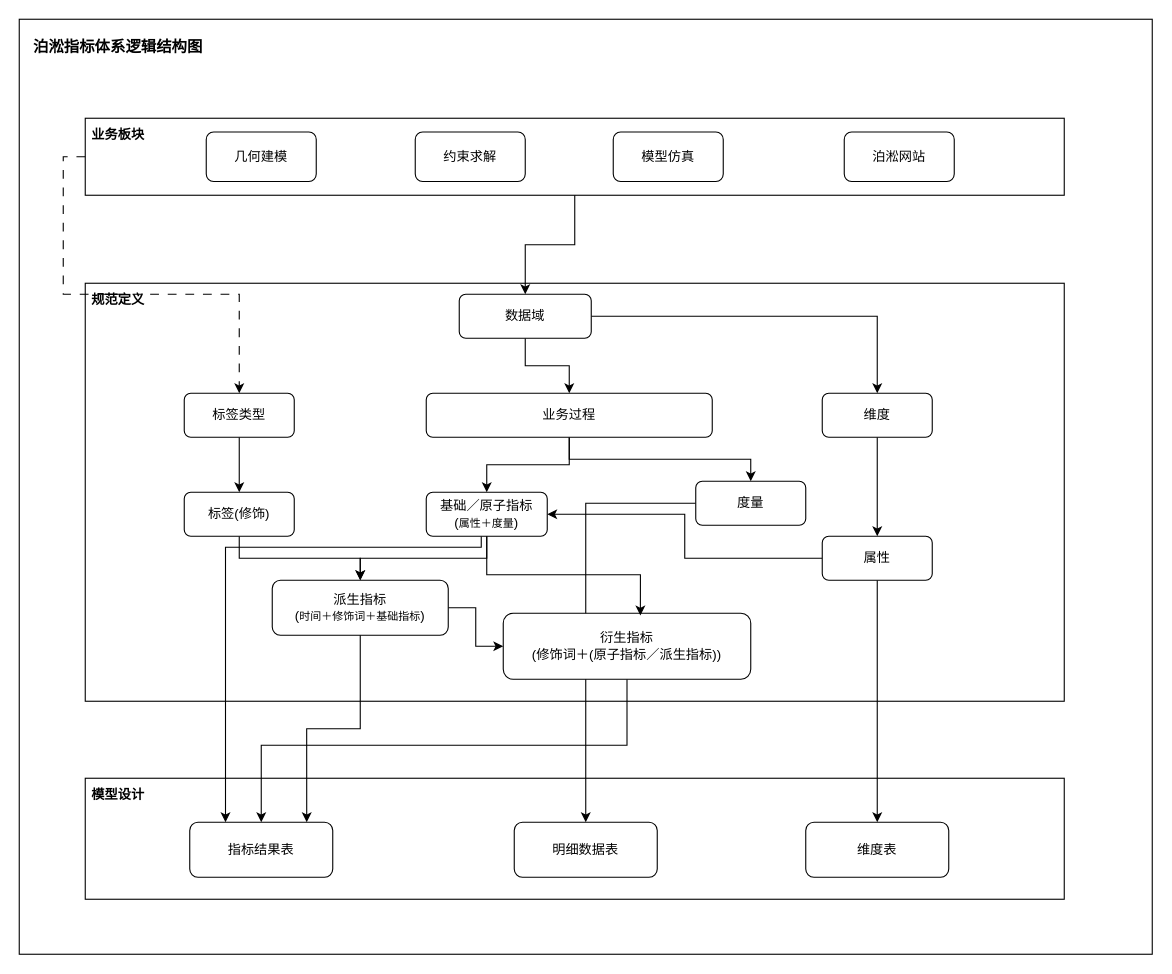
Earlier version of the draw.io diagram 指标体系.drawio (heyuan-sys/testgit). Source tidied: cells renumbered, new cells numbered last; positions are measured from the earlier drawing's top-left corner, leaving out a move shared by most shapes. Both pictures are drawn from the tidied source at 110%, with x=0, y=0 at pixel (19, 19).
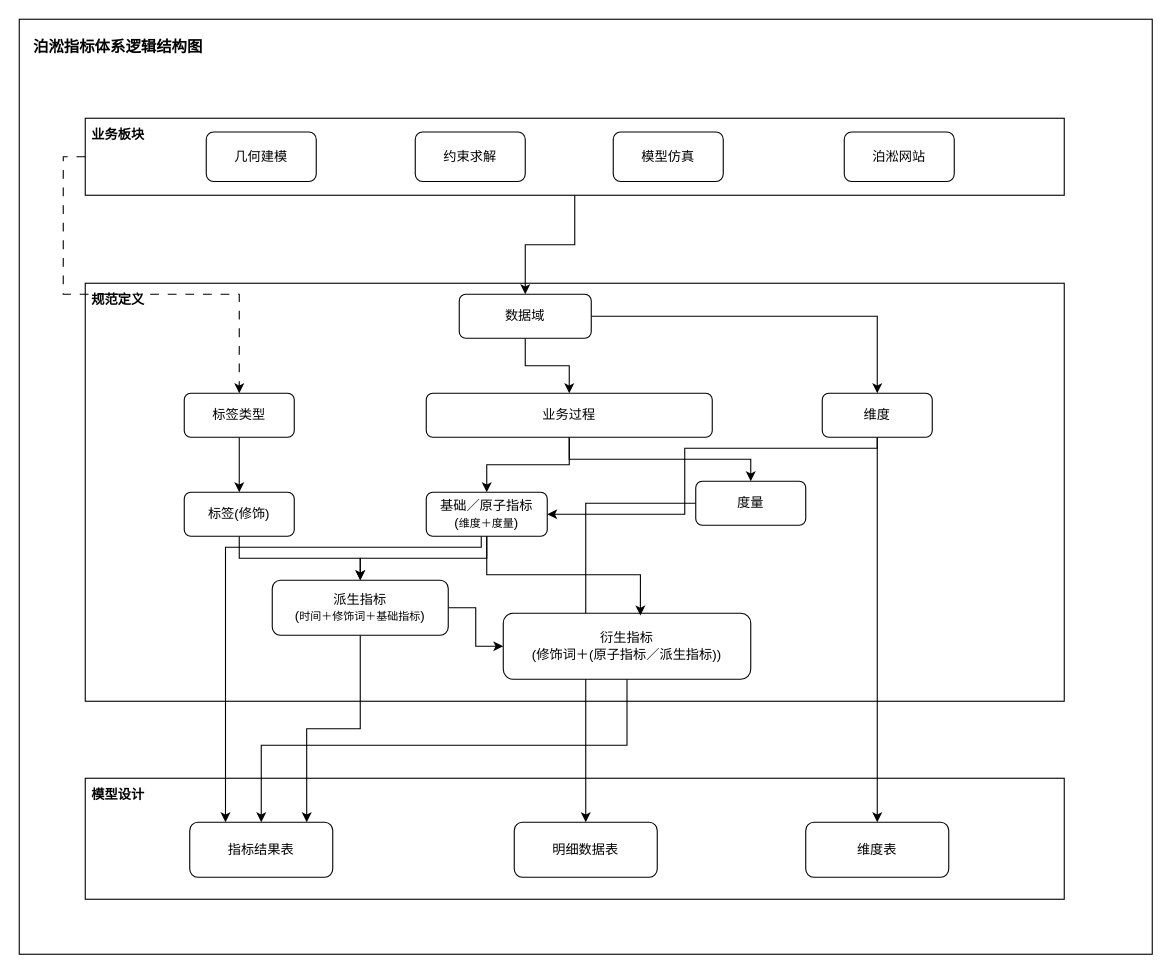
The same page after the edit.

Commit message (it also covers changes not shown here):
更新指标体系.drawio

The change refers to these unchanged cells:
```xml
<mxCell id="22" value="维度" style="rounded=1;whiteSpace=wrap;html=1;" parent="1" vertex="1">
  <mxGeometry x="730" y="340" width="100" height="40" as="geometry" />
</mxCell>
<mxCell id="43" value="维度表" style="rounded=1;whiteSpace=wrap;html=1;" parent="1" vertex="1">
  <mxGeometry x="715" y="730" width="130" height="50" as="geometry" />
</mxCell>
```

The edit, as a diff of the source:
```diff
@@
-    <mxCell id="21" style="edgeStyle=orthogonalEdgeStyle;rounded=0;jettySize=auto;html=1;entryX=0.5;entryY=0;entryDx=0;entryDy=0;" parent="1" edge="1" source="22" target="30">
-      <mxGeometry relative="1" as="geometry" />
-    </mxCell>
+    <mxCell id="45" style="edgeStyle=orthogonalEdgeStyle;rounded=0;jettySize=auto;html=1;entryX=1;entryY=0.5;entryDx=0;entryDy=0;" parent="1" edge="1" source="22" target="25">
+      <mxGeometry relative="1" as="geometry">
+        <Array as="points">
+          <mxPoint x="780" y="390" />
+          <mxPoint x="605" y="390" />
+          <mxPoint x="605" y="450" />
+        </Array>
+      </mxGeometry>
+    </mxCell>
+    <mxCell id="46" style="edgeStyle=orthogonalEdgeStyle;rounded=0;jettySize=auto;html=1;" parent="1" edge="1" source="22" target="43">
+      <mxGeometry relative="1" as="geometry" />
+    </mxCell>
@@
-    <mxCell id="25" value="基础／原子指标&lt;br&gt;(&lt;span style=&quot;font-size: 10px;&quot;&gt;属性＋度量&lt;/span&gt;)" style="rounded=1;whiteSpace=wrap;html=1;" parent="1" vertex="1">
+    <mxCell id="25" value="基础／原子指标&lt;br&gt;(&lt;font style=&quot;font-size: 10px;&quot;&gt;维度&lt;/font&gt;&lt;span style=&quot;font-size: 10px;&quot;&gt;＋度量&lt;/span&gt;)" style="rounded=1;whiteSpace=wrap;html=1;" parent="1" vertex="1">
       <mxGeometry x="370" y="430" width="110" height="40" as="geometry" />
     </mxCell>
@@
-    <mxCell id="28" style="edgeStyle=orthogonalEdgeStyle;rounded=0;jettySize=auto;html=1;" parent="1" edge="1" source="30" target="43">
-      <mxGeometry relative="1" as="geometry" />
-    </mxCell>
-    <mxCell id="29" style="edgeStyle=orthogonalEdgeStyle;rounded=0;jettySize=auto;html=1;entryX=1;entryY=0.5;entryDx=0;entryDy=0;" parent="1" edge="1" source="30" target="25">
-      <mxGeometry relative="1" as="geometry" />
-    </mxCell>
-    <mxCell id="30" value="属性" style="rounded=1;whiteSpace=wrap;html=1;" parent="1" vertex="1">
-      <mxGeometry x="730" y="470" width="100" height="40" as="geometry" />
-    </mxCell>
```
